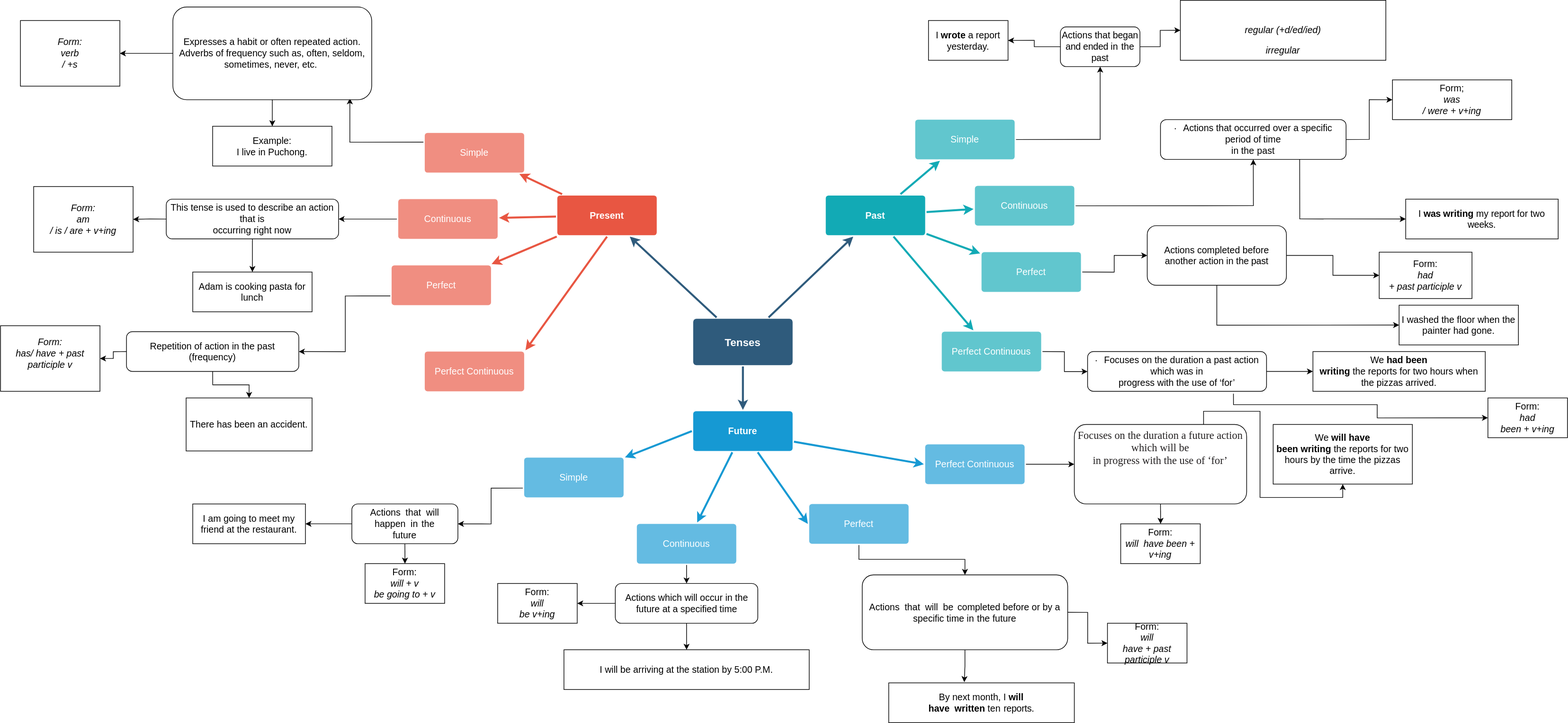
The draw.io diagram Tense.drawio.svg in mhrk04/WED10402-CE, before a commit. Source tidied: cells renumbered, new cells last; positions are measured from the earlier drawing's top-left corner, leaving out a move shared by most shapes.
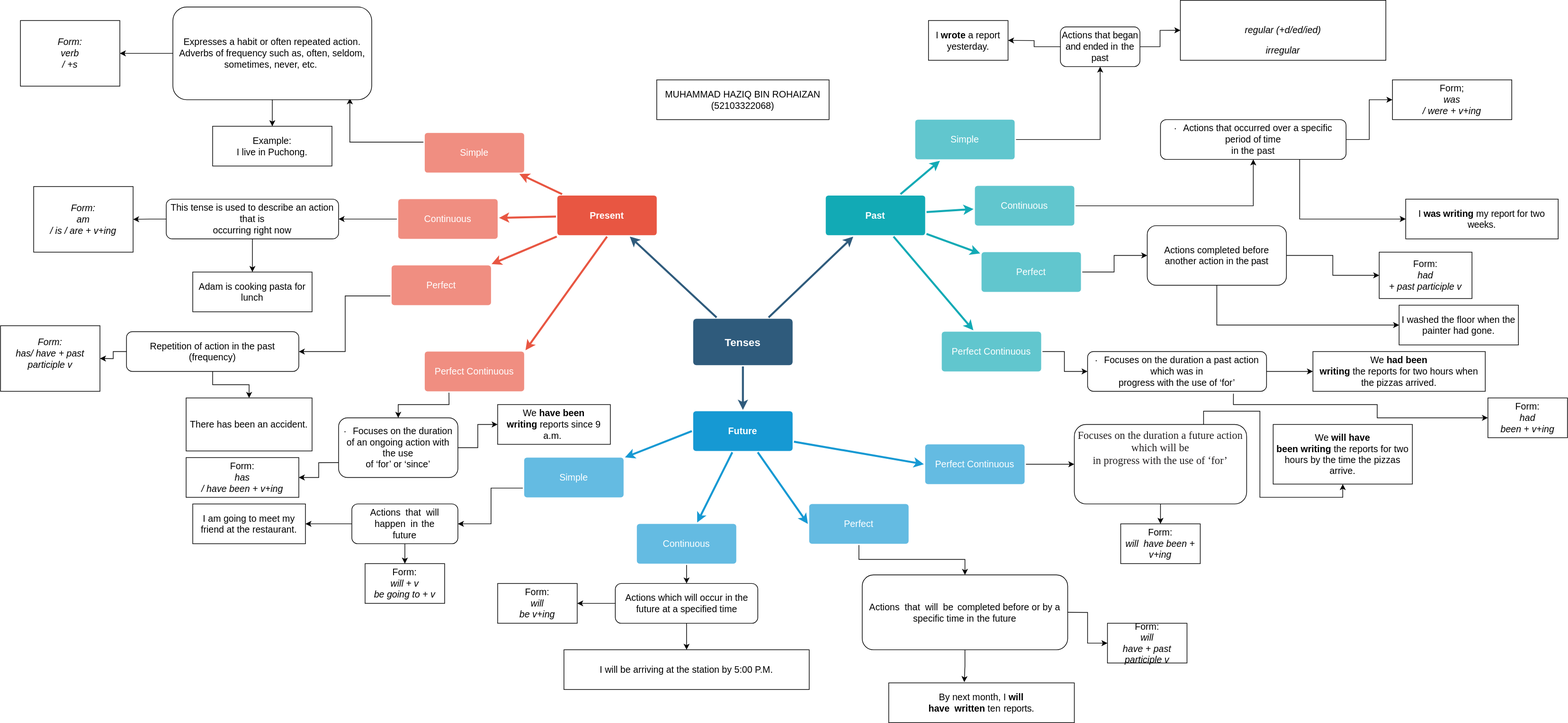
Later version of the same file.

Diff of the diagram source:
```diff
@@ -113,6 +113,9 @@
     <mxCell id="38" style="edgeStyle=none;rounded=1;jumpStyle=none;html=1;shadow=0;labelBackgroundColor=none;startArrow=none;startFill=0;jettySize=auto;strokeColor=#12AAB5;strokeWidth=3;fontFamily=Helvetica;fontSize=14;fontColor=#FFFFFF;spacing=5;fontStyle=1;fillColor=#b0e3e6;" parent="1" edge="1" source="26" target="37">
       <mxGeometry relative="1" as="geometry" />
     </mxCell>
+    <mxCell id="99" style="edgeStyle=orthogonalEdgeStyle;rounded=0;jettySize=auto;html=1;exitX=0.25;exitY=1;exitDx=0;exitDy=0;entryX=0.5;entryY=0;entryDx=0;entryDy=0;fontSize=14;fontColor=#000000;" parent="1" edge="1" source="39" target="103">
+      <mxGeometry relative="1" as="geometry" />
+    </mxCell>
     <mxCell id="39" value="Perfect Continuous" style="rounded=1;whiteSpace=wrap;html=1;shadow=0;labelBackgroundColor=none;strokeColor=none;strokeWidth=3;fillColor=#f08e81;fontFamily=Helvetica;fontSize=14;fontColor=#FFFFFF;align=center;spacing=5;fontStyle=0;arcSize=7;perimeterSpacing=2;" parent="1" vertex="1">
       <mxGeometry x="640" y="530" width="150" height="60" as="geometry" />
     </mxCell>
@@ -299,5 +302,23 @@
     <mxCell id="98" value="Form:&lt;br&gt;&lt;i&gt;&lt;span style=&quot;font-size:12.0pt;line-height:107%;font-family:&amp;quot;Cambria&amp;quot;,serif;&lt;br/&gt;mso-fareast-font-family:Calibri;mso-bidi-font-family:Arial;color:#232021;&lt;br/&gt;mso-ansi-language:EN-GB;mso-fareast-language:EN-US;mso-bidi-language:AR-SA&quot; lang=&quot;EN-GB&quot;&gt;had&lt;br/&gt;been + v+ing&lt;/span&gt;&lt;/i&gt;" style="rounded=0;whiteSpace=wrap;html=1;labelBackgroundColor=none;fontSize=14;fontColor=#000000;" parent="1" vertex="1">
       <mxGeometry x="2244" y="600" width="120" height="60" as="geometry" />
     </mxCell>
+    <mxCell id="100" value="MUHAMMAD HAZIQ BIN ROHAIZAN&lt;br&gt;(52103322068)" style="rounded=0;whiteSpace=wrap;html=1;labelBackgroundColor=none;fontSize=14;fontColor=#000000;" parent="1" vertex="1">
+      <mxGeometry x="990" y="120" width="260" height="60" as="geometry" />
+    </mxCell>
+    <mxCell id="101" style="edgeStyle=orthogonalEdgeStyle;rounded=0;jettySize=auto;html=1;exitX=0;exitY=0.75;exitDx=0;exitDy=0;entryX=1;entryY=0.5;entryDx=0;entryDy=0;fontSize=14;fontColor=#000000;" parent="1" edge="1" source="103" target="104">
+      <mxGeometry relative="1" as="geometry" />
+    </mxCell>
+    <mxCell id="102" style="edgeStyle=orthogonalEdgeStyle;rounded=0;jettySize=auto;html=1;exitX=1;exitY=0.5;exitDx=0;exitDy=0;entryX=0;entryY=0.5;entryDx=0;entryDy=0;fontSize=14;fontColor=#000000;" parent="1" edge="1" source="103" target="105">
+      <mxGeometry relative="1" as="geometry" />
+    </mxCell>
+    <mxCell id="103" value="&lt;p style=&quot;margin-top:0in;margin-right:31.7pt;margin-bottom:&lt;br/&gt;0in;margin-left:22.5pt;margin-bottom:.0001pt;text-align:justify;text-indent:&lt;br/&gt;-13.5pt;mso-list:l0 level1 lfo1;tab-stops:23.3pt;layout-grid-mode:char;&lt;br/&gt;mso-layout-grid-align:none&quot; class=&quot;TableParagraph&quot;&gt;&lt;span style=&quot;font-size:12.0pt;font-family:Symbol;mso-fareast-font-family:Symbol;&lt;br/&gt;mso-bidi-font-family:Symbol;color:#232021&quot; lang=&quot;EN-US&quot;&gt;·&lt;span style=&quot;font-variant-numeric: normal; font-variant-east-asian: normal; font-stretch: normal; font-size: 7pt; line-height: normal; font-family: &amp;quot;Times New Roman&amp;quot;;&quot;&gt;&amp;nbsp;&amp;nbsp;&amp;nbsp; &lt;/span&gt;&lt;/span&gt;&lt;span style=&quot;font-size:12.0pt;font-family:&amp;quot;Cambria&amp;quot;,serif;mso-bidi-font-family:&lt;br/&gt;Arial;color:#232021&quot; lang=&quot;EN-US&quot;&gt;Focuses on the duration of an ongoing action with the use&lt;br/&gt;of ‘for’ or ‘since’&lt;/span&gt;&lt;/p&gt;" style="rounded=1;whiteSpace=wrap;html=1;labelBackgroundColor=none;fontSize=14;fontColor=#000000;" parent="1" vertex="1">
+      <mxGeometry x="510" y="630" width="180" height="90" as="geometry" />
+    </mxCell>
+    <mxCell id="104" value="Form:&lt;br&gt;&lt;i&gt;&lt;span style=&quot;font-size:12.0pt;line-height:107%;font-family:&amp;quot;Cambria&amp;quot;,serif;&lt;br/&gt;mso-fareast-font-family:Calibri;mso-bidi-font-family:Arial;color:#232021;&lt;br/&gt;mso-ansi-language:EN-GB;mso-fareast-language:EN-US;mso-bidi-language:AR-SA&quot; lang=&quot;EN-GB&quot;&gt;has&lt;br/&gt;/ have been + v+ing&lt;/span&gt;&lt;/i&gt;" style="rounded=0;whiteSpace=wrap;html=1;labelBackgroundColor=none;fontSize=14;fontColor=#000000;" parent="1" vertex="1">
+      <mxGeometry x="280" y="690" width="170" height="60" as="geometry" />
+    </mxCell>
+    <mxCell id="105" value="&lt;span style=&quot;font-size:12.0pt;line-height:&lt;br/&gt;107%;font-family:&amp;quot;Cambria&amp;quot;,serif;mso-fareast-font-family:Calibri;mso-bidi-font-family:&lt;br/&gt;Arial;color:#232021;mso-ansi-language:EN-GB;mso-fareast-language:EN-US;&lt;br/&gt;mso-bidi-language:AR-SA&quot; lang=&quot;EN-GB&quot;&gt;We &lt;b&gt;have been&lt;br/&gt;writing&lt;/b&gt; reports since 9 a.m.&amp;nbsp;&lt;/span&gt;" style="rounded=0;whiteSpace=wrap;html=1;labelBackgroundColor=none;fontSize=14;fontColor=#000000;" parent="1" vertex="1">
+      <mxGeometry x="750" y="610" width="170" height="60" as="geometry" />
+    </mxCell>
   </root>
 </mxGraphModel>
```
